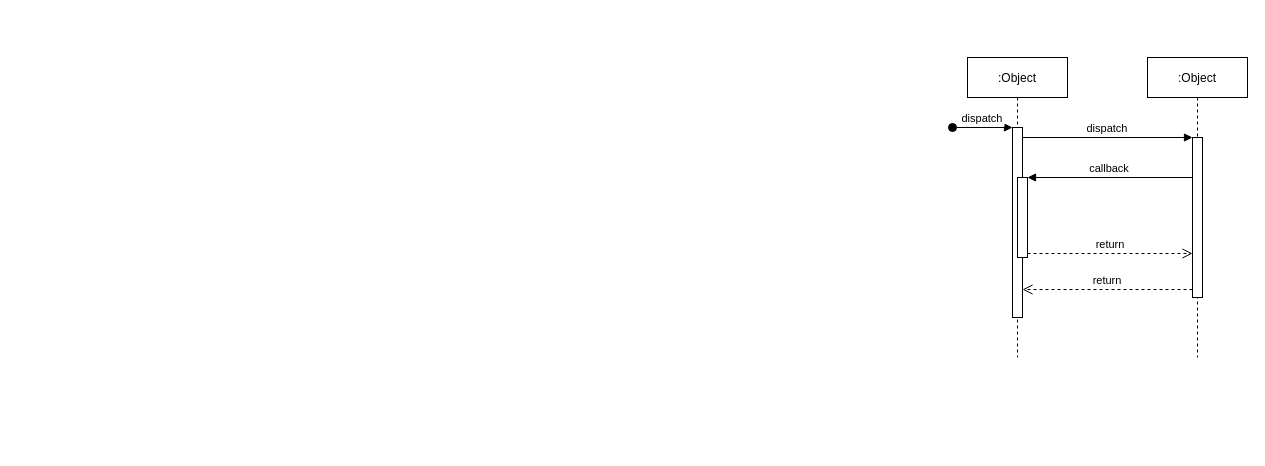
This is Untitled Diagram.drawio from Yulia1204/git, a draw.io file, before an edit. Source tidied: cells renumbered, new cells numbered last; positions are measured from the earlier drawing's top-left corner, leaving out a move shared by most shapes. Both pictures are drawn from the tidied source at 100%, with x=0, y=0 at pixel (952, 57).
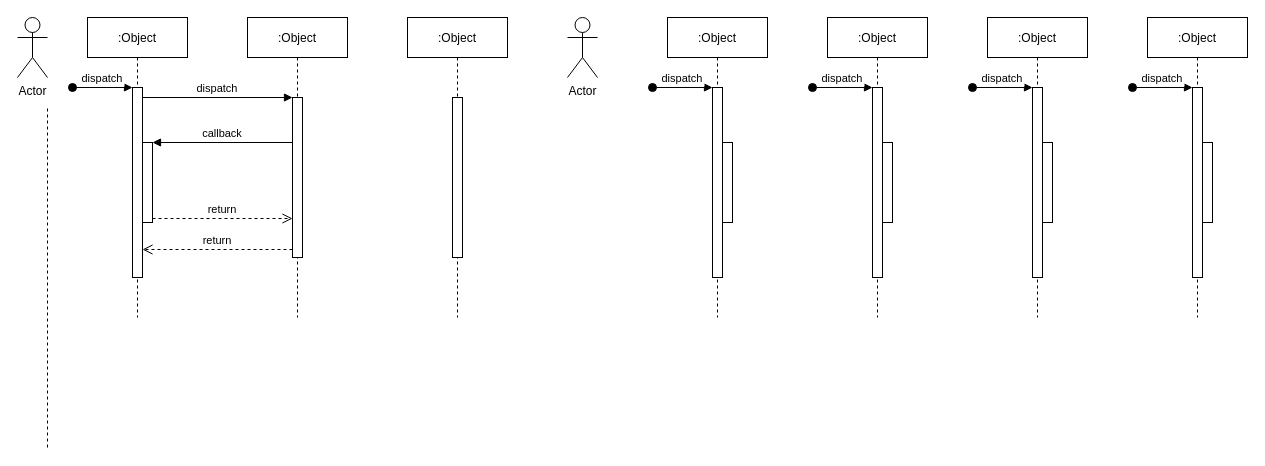
After the change.

Diff of the diagram source:
```diff
@@
     <mxCell id="2" value=":Object" style="shape=umlLifeline;perimeter=lifelinePerimeter;rounded=0;shadow=0;strokeWidth=1;" parent="1" vertex="1">
-      <mxGeometry x="15" width="100" height="300" as="geometry" />
+      <mxGeometry x="-865" y="-40" width="100" height="300" as="geometry" />
     </mxCell>
@@
     <mxCell id="5" style="points=[];perimeter=orthogonalPerimeter;rounded=0;shadow=0;strokeWidth=1;" parent="2" vertex="1">
-      <mxGeometry x="50" y="120" width="10" height="80" as="geometry" />
+      <mxGeometry x="55" y="125" width="10" height="80" as="geometry" />
     </mxCell>
     <mxCell id="6" value=":Object" style="shape=umlLifeline;perimeter=lifelinePerimeter;rounded=0;shadow=0;strokeWidth=1;" parent="1" vertex="1">
-      <mxGeometry x="195" width="100" height="300" as="geometry" />
+      <mxGeometry x="-705" y="-40" width="100" height="300" as="geometry" />
     </mxCell>
@@
+    <mxCell id="12" value="Actor" style="shape=umlActor;verticalLabelPosition=bottom;verticalAlign=top;html=1;" parent="1" vertex="1">
+      <mxGeometry x="-935" y="-40" width="30" height="60" as="geometry" />
+    </mxCell>
+    <mxCell id="13" style="endArrow=none;dashed=1;html=1;" parent="1" edge="1">
+      <mxGeometry relative="1" as="geometry">
+        <mxPoint x="-905" y="390" as="sourcePoint" />
+        <mxPoint x="-905" y="50" as="targetPoint" />
+      </mxGeometry>
+    </mxCell>
+    <mxCell id="14" value=":Object" style="shape=umlLifeline;perimeter=lifelinePerimeter;rounded=0;shadow=0;strokeWidth=1;" parent="1" vertex="1">
+      <mxGeometry x="-545" y="-40" width="100" height="300" as="geometry" />
+    </mxCell>
+    <mxCell id="15" style="perimeter=orthogonalPerimeter;rounded=0;shadow=0;strokeWidth=1;" parent="14" vertex="1">
+      <mxGeometry x="45" y="80" width="10" height="160" as="geometry" />
+    </mxCell>
+    <mxCell id="16" value=":Object" style="shape=umlLifeline;perimeter=lifelinePerimeter;rounded=0;shadow=0;strokeWidth=1;" parent="1" vertex="1">
+      <mxGeometry x="-285" y="-40" width="100" height="300" as="geometry" />
+    </mxCell>
+    <mxCell id="17" style="points=[];perimeter=orthogonalPerimeter;rounded=0;shadow=0;strokeWidth=1;" parent="16" vertex="1">
+      <mxGeometry x="45" y="70" width="10" height="190" as="geometry" />
+    </mxCell>
+    <mxCell id="18" value="dispatch" style="verticalAlign=bottom;startArrow=oval;endArrow=block;startSize=8;shadow=0;strokeWidth=1;" parent="16" edge="1" target="17">
+      <mxGeometry relative="1" as="geometry">
+        <mxPoint x="-15" y="70" as="sourcePoint" />
+      </mxGeometry>
+    </mxCell>
+    <mxCell id="19" style="perimeter=orthogonalPerimeter;rounded=0;shadow=0;strokeWidth=1;" parent="16" vertex="1">
+      <mxGeometry x="55" y="125" width="10" height="80" as="geometry" />
+    </mxCell>
+    <mxCell id="20" value="Actor" style="shape=umlActor;verticalLabelPosition=bottom;verticalAlign=top;html=1;" parent="1" vertex="1">
+      <mxGeometry x="-385" y="-40" width="30" height="60" as="geometry" />
+    </mxCell>
+    <mxCell id="21" value=":Object" style="shape=umlLifeline;perimeter=lifelinePerimeter;rounded=0;shadow=0;strokeWidth=1;" parent="1" vertex="1">
+      <mxGeometry x="-125" y="-40" width="100" height="300" as="geometry" />
+    </mxCell>
+    <mxCell id="22" style="points=[];perimeter=orthogonalPerimeter;rounded=0;shadow=0;strokeWidth=1;" parent="21" vertex="1">
+      <mxGeometry x="45" y="70" width="10" height="190" as="geometry" />
+    </mxCell>
+    <mxCell id="23" value="dispatch" style="verticalAlign=bottom;startArrow=oval;endArrow=block;startSize=8;shadow=0;strokeWidth=1;" parent="21" edge="1" target="22">
+      <mxGeometry relative="1" as="geometry">
+        <mxPoint x="-15" y="70" as="sourcePoint" />
+      </mxGeometry>
+    </mxCell>
+    <mxCell id="24" style="perimeter=orthogonalPerimeter;rounded=0;shadow=0;strokeWidth=1;" parent="21" vertex="1">
+      <mxGeometry x="55" y="125" width="10" height="80" as="geometry" />
+    </mxCell>
+    <mxCell id="25" value=":Object" style="shape=umlLifeline;perimeter=lifelinePerimeter;rounded=0;shadow=0;strokeWidth=1;" parent="1" vertex="1">
+      <mxGeometry x="35" y="-40" width="100" height="300" as="geometry" />
+    </mxCell>
+    <mxCell id="26" style="points=[];perimeter=orthogonalPerimeter;rounded=0;shadow=0;strokeWidth=1;" parent="25" vertex="1">
+      <mxGeometry x="45" y="70" width="10" height="190" as="geometry" />
+    </mxCell>
+    <mxCell id="27" value="dispatch" style="verticalAlign=bottom;startArrow=oval;endArrow=block;startSize=8;shadow=0;strokeWidth=1;" parent="25" edge="1" target="26">
+      <mxGeometry relative="1" as="geometry">
+        <mxPoint x="-15" y="70" as="sourcePoint" />
+      </mxGeometry>
+    </mxCell>
+    <mxCell id="28" style="perimeter=orthogonalPerimeter;rounded=0;shadow=0;strokeWidth=1;" parent="25" vertex="1">
+      <mxGeometry x="55" y="125" width="10" height="80" as="geometry" />
+    </mxCell>
+    <mxCell id="29" value=":Object" style="shape=umlLifeline;perimeter=lifelinePerimeter;rounded=0;shadow=0;strokeWidth=1;" parent="1" vertex="1">
+      <mxGeometry x="195" y="-40" width="100" height="300" as="geometry" />
+    </mxCell>
+    <mxCell id="30" style="points=[];perimeter=orthogonalPerimeter;rounded=0;shadow=0;strokeWidth=1;" parent="29" vertex="1">
+      <mxGeometry x="45" y="70" width="10" height="190" as="geometry" />
+    </mxCell>
+    <mxCell id="31" value="dispatch" style="verticalAlign=bottom;startArrow=oval;endArrow=block;startSize=8;shadow=0;strokeWidth=1;" parent="29" edge="1" target="30">
+      <mxGeometry relative="1" as="geometry">
+        <mxPoint x="-15" y="70" as="sourcePoint" />
+      </mxGeometry>
+    </mxCell>
+    <mxCell id="32" style="perimeter=orthogonalPerimeter;rounded=0;shadow=0;strokeWidth=1;" parent="29" vertex="1">
+      <mxGeometry x="55" y="125" width="10" height="80" as="geometry" />
+    </mxCell>
```
